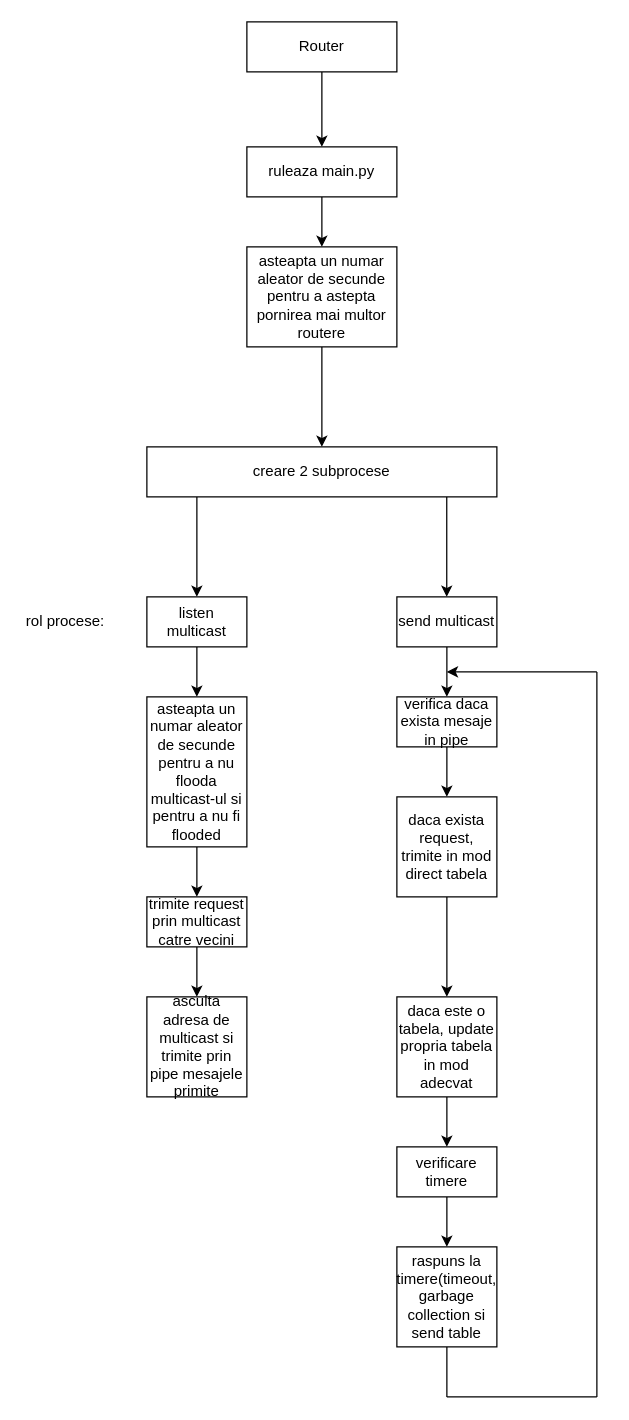
Earlier version of the draw.io diagram Images/diagrama_cod.drawio (TUIASI-AC-IoT/proiectrcp2024-2024-echipa-26). Source tidied: cells renumbered, new cells numbered last; positions are measured from the earlier drawing's top-left corner, leaving out a move shared by most shapes. Both pictures are drawn from the tidied source at 125%, with x=0, y=0 at pixel (21, 21).
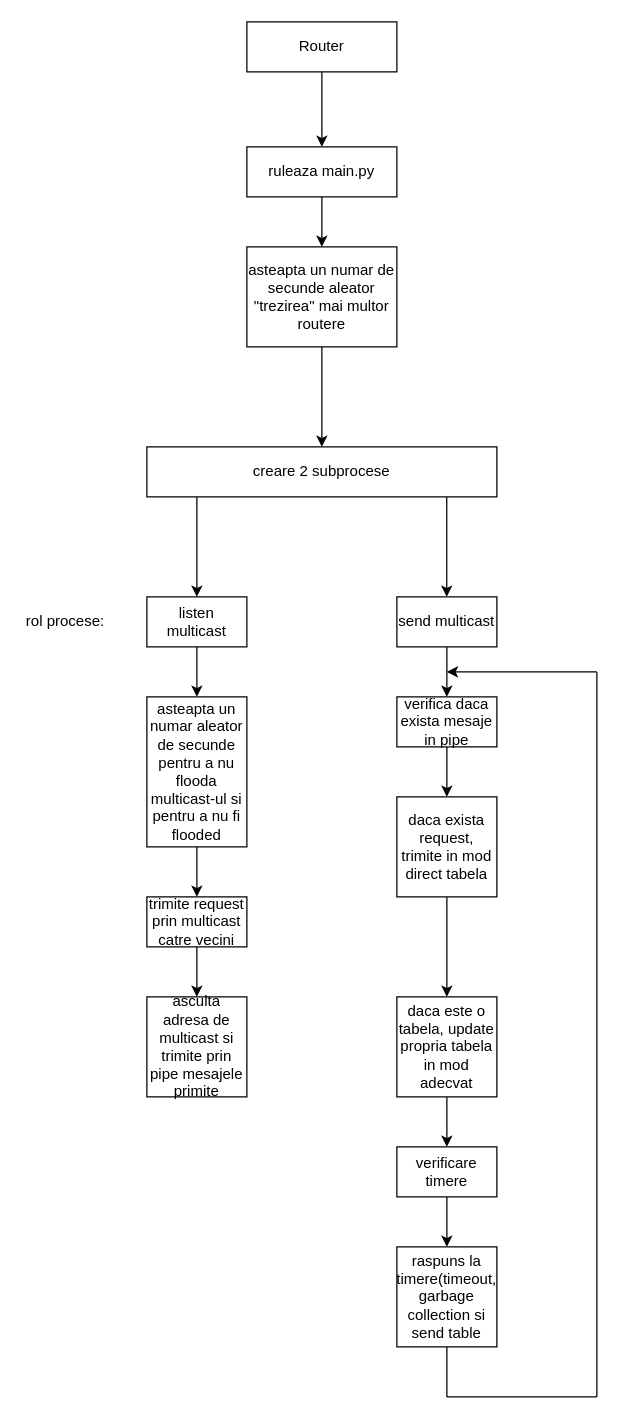
Above is the later version.

Diff of the diagram source:
```diff
@@
-    <mxCell id="32" value="asteapta un numar aleator de secunde pentru a astepta pornirea mai multor routere" style="rounded=0;whiteSpace=wrap;html=1;" parent="1" vertex="1">
+    <mxCell id="32" value="asteapta un numar de secunde aleator &quot;trezirea&quot; mai multor routere" style="rounded=0;whiteSpace=wrap;html=1;" parent="1" vertex="1">
       <mxGeometry x="180" y="180" width="120" height="80" as="geometry" />
     </mxCell>
```
